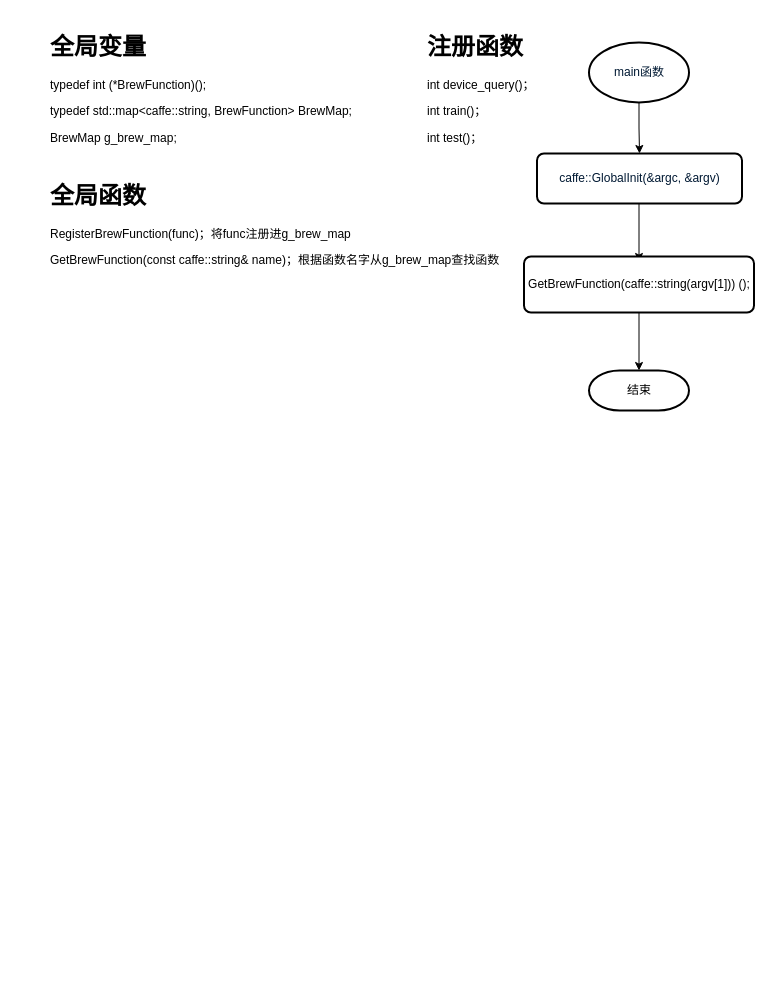
i4oolish/draw.io keeps this draw.io diagram as Caffe/CaffeMain.drawio. Above is the earlier version. Source tidied: cells renumbered, new cells numbered last; positions are measured from the earlier drawing's top-left corner, leaving out a move shared by most shapes. Both pictures are drawn from the tidied source at 100%, with x=0, y=0 at pixel (44, 27).
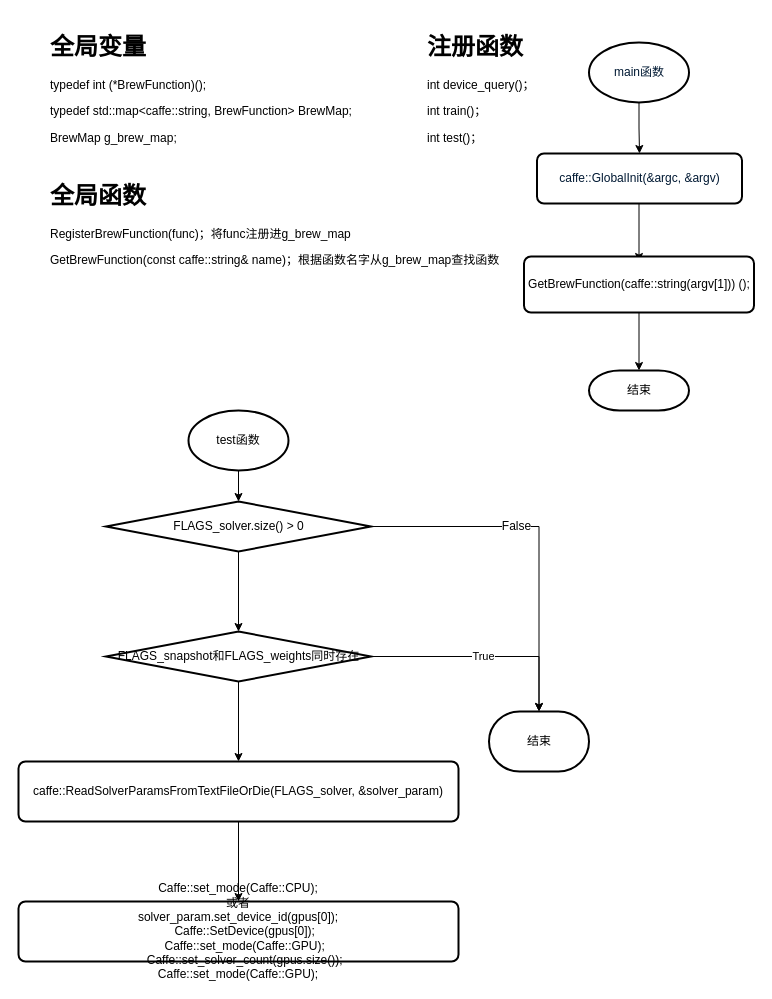
The same diagram, later.

The edit, as a diff of the source:
```diff
@@
+    <mxCell id="12" style="edgeStyle=orthogonalEdgeStyle;rounded=0;jettySize=auto;html=1;" parent="1" edge="1" source="13" target="17">
+      <mxGeometry relative="1" as="geometry" />
+    </mxCell>
+    <mxCell id="13" value="test函数" style="strokeWidth=2;html=1;shape=mxgraph.flowchart.start_1;whiteSpace=wrap;" parent="1" vertex="1">
+      <mxGeometry x="144" y="383" width="100" height="60" as="geometry" />
+    </mxCell>
+    <mxCell id="14" style="edgeStyle=orthogonalEdgeStyle;rounded=0;jettySize=auto;html=1;exitX=1;exitY=0.5;exitDx=0;exitDy=0;exitPerimeter=0;entryX=0.5;entryY=0;entryDx=0;entryDy=0;entryPerimeter=0;" parent="1" edge="1" source="17" target="21">
+      <mxGeometry relative="1" as="geometry" />
+    </mxCell>
+    <mxCell id="15" value="False" style="text;html=1;align=center;verticalAlign=middle;labelBackgroundColor=#ffffff;" parent="14" vertex="1">
+      <mxGeometry x="-0.18" y="1" relative="1" as="geometry" />
+    </mxCell>
+    <mxCell id="16" style="edgeStyle=orthogonalEdgeStyle;rounded=0;jettySize=auto;html=1;" parent="1" edge="1" source="17" target="20">
+      <mxGeometry relative="1" as="geometry" />
+    </mxCell>
+    <mxCell id="17" value="FLAGS_solver.size() &amp;gt; 0" style="strokeWidth=2;html=1;shape=mxgraph.flowchart.decision;whiteSpace=wrap;" parent="1" vertex="1">
+      <mxGeometry x="61.5" y="474" width="265" height="50" as="geometry" />
+    </mxCell>
+    <mxCell id="18" value="True" style="edgeStyle=orthogonalEdgeStyle;rounded=0;jettySize=auto;html=1;exitX=1;exitY=0.5;exitDx=0;exitDy=0;exitPerimeter=0;entryX=0.5;entryY=0;entryDx=0;entryDy=0;entryPerimeter=0;" parent="1" edge="1" source="20" target="21">
+      <mxGeometry relative="1" as="geometry" />
+    </mxCell>
+    <mxCell id="19" style="edgeStyle=orthogonalEdgeStyle;rounded=0;jettySize=auto;html=1;entryX=0.5;entryY=0;entryDx=0;entryDy=0;" parent="1" edge="1" source="20" target="23">
+      <mxGeometry relative="1" as="geometry" />
+    </mxCell>
+    <mxCell id="20" value="FLAGS_snapshot和FLAGS_weights同时存在" style="strokeWidth=2;html=1;shape=mxgraph.flowchart.decision;whiteSpace=wrap;" parent="1" vertex="1">
+      <mxGeometry x="61.5" y="604" width="265" height="50" as="geometry" />
+    </mxCell>
+    <mxCell id="21" value="结束" style="strokeWidth=2;html=1;shape=mxgraph.flowchart.terminator;whiteSpace=wrap;" parent="1" vertex="1">
+      <mxGeometry x="444.5" y="684" width="100" height="60" as="geometry" />
+    </mxCell>
+    <mxCell id="22" style="edgeStyle=orthogonalEdgeStyle;rounded=0;jettySize=auto;html=1;" parent="1" edge="1" source="23" target="24">
+      <mxGeometry relative="1" as="geometry" />
+    </mxCell>
+    <mxCell id="23" value="caffe::ReadSolverParamsFromTextFileOrDie(FLAGS_solver, &amp;amp;solver_param)" style="rounded=1;whiteSpace=wrap;html=1;absoluteArcSize=1;arcSize=14;strokeWidth=2;" parent="1" vertex="1">
+      <mxGeometry x="-26" y="734" width="440" height="60" as="geometry" />
+    </mxCell>
+    <mxCell id="24" value="Caffe::set_mode(Caffe::CPU);&lt;br&gt;或者&lt;br&gt;&lt;div&gt;solver_param.set_device_id(gpus[0]);&lt;/div&gt;&lt;div&gt;&amp;nbsp; &amp;nbsp; Caffe::SetDevice(gpus[0]);&lt;/div&gt;&lt;div&gt;&amp;nbsp; &amp;nbsp; Caffe::set_mode(Caffe::GPU);&lt;/div&gt;&lt;div&gt;&amp;nbsp; &amp;nbsp; Caffe::set_solver_count(gpus.size());&lt;/div&gt;Caffe::set_mode(Caffe::GPU);" style="rounded=1;whiteSpace=wrap;html=1;absoluteArcSize=1;arcSize=14;strokeWidth=2;" parent="1" vertex="1">
+      <mxGeometry x="-26" y="874" width="440" height="60" as="geometry" />
+    </mxCell>
```
